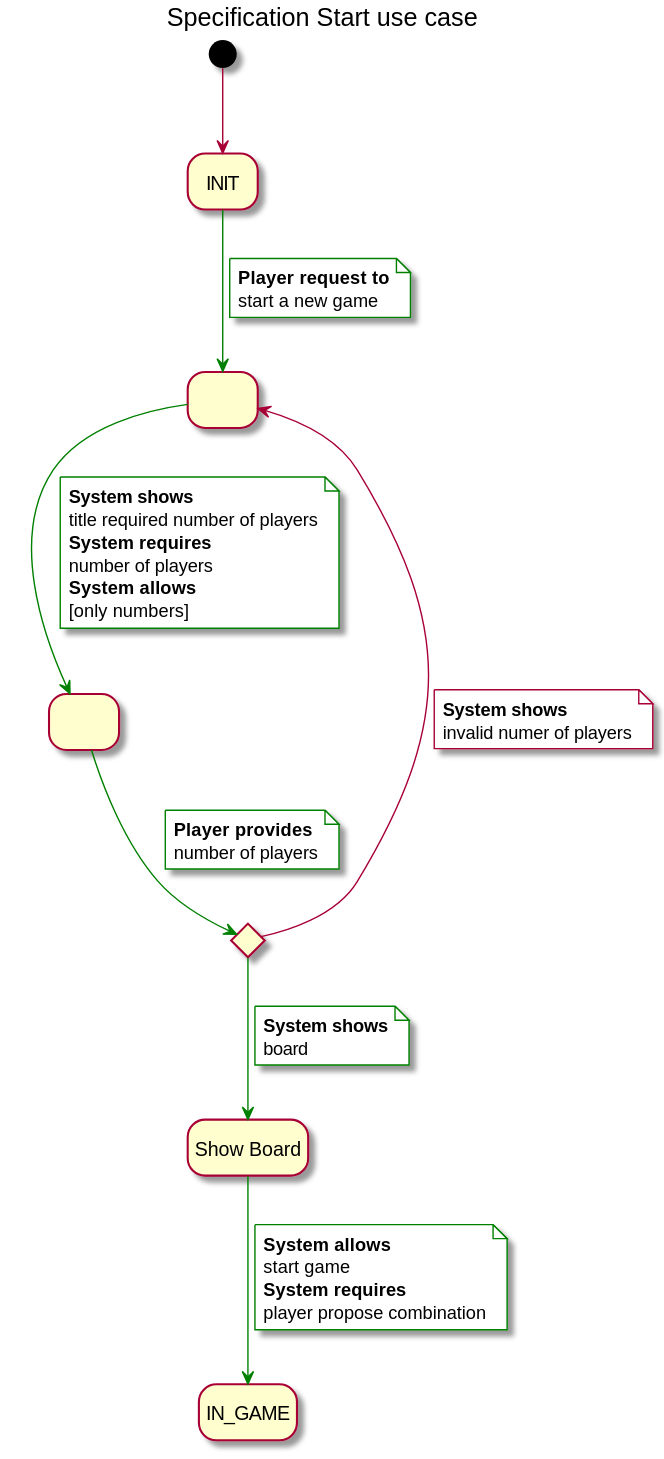
Above: requirements/images/specificationStartUseCase-Specification_Start_use_case.svg in jumpering/Hanged (PlantUML), before the change.
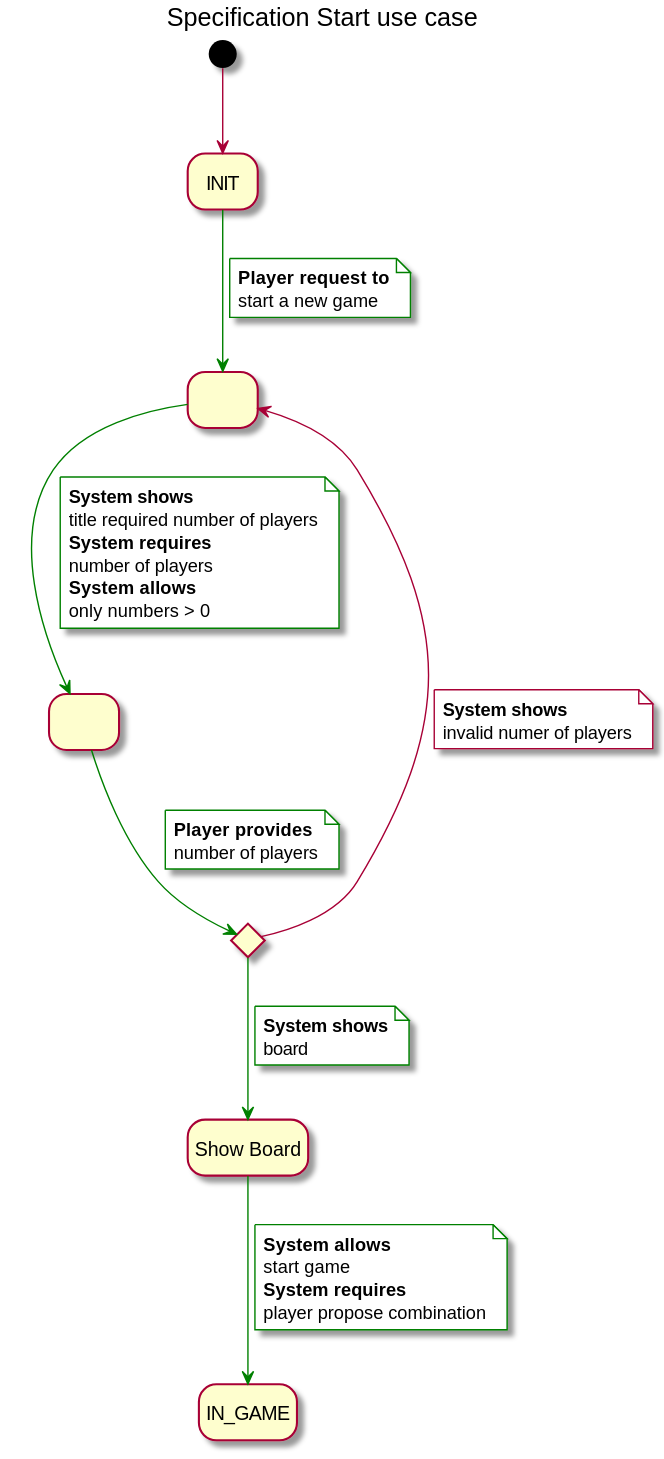
After the change.

Diff of the diagram source:
```diff
@@ -22,7 +22,7 @@
   <b>System requires
   number of players
   <b>System allows
-  [only numbers]
+  only numbers > 0
 end note
 numberOfPlayers -[#green]-> ifValidNumberOfPlayers
 note on link
```
